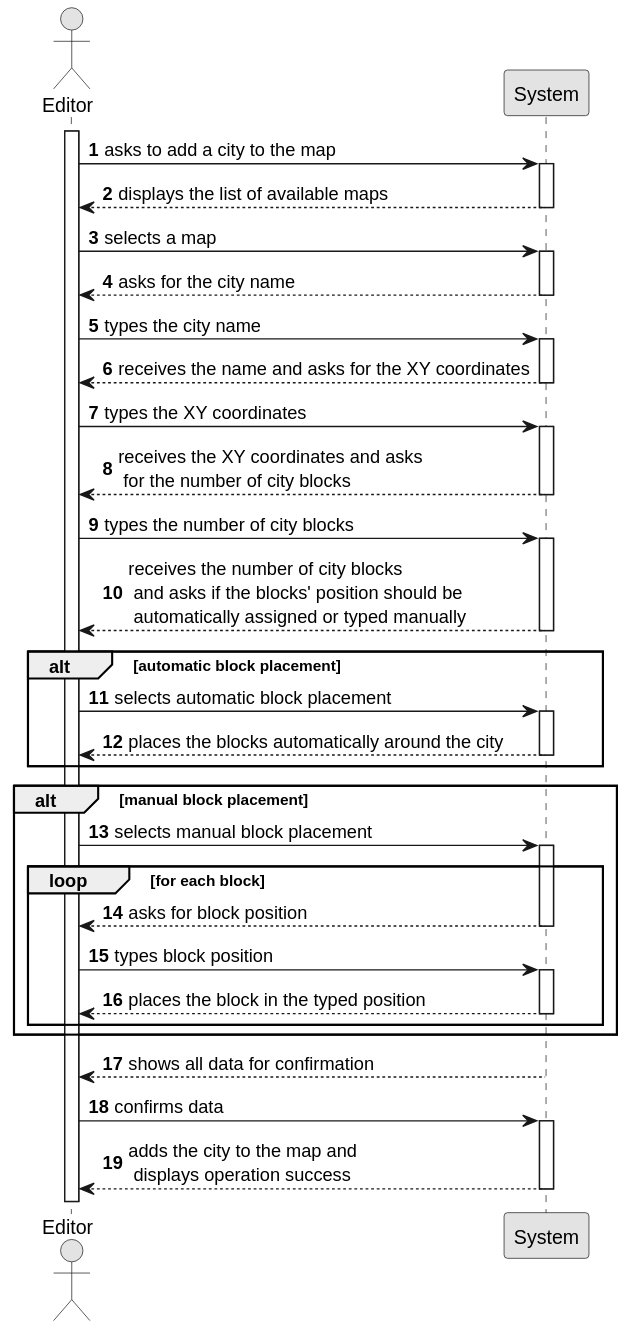
The PlantUML diagram Sprint2/US003/01.requirements-engineering/svg/US003-SSD.svg in 1240935/pi2-railway-simulator, before a commit.
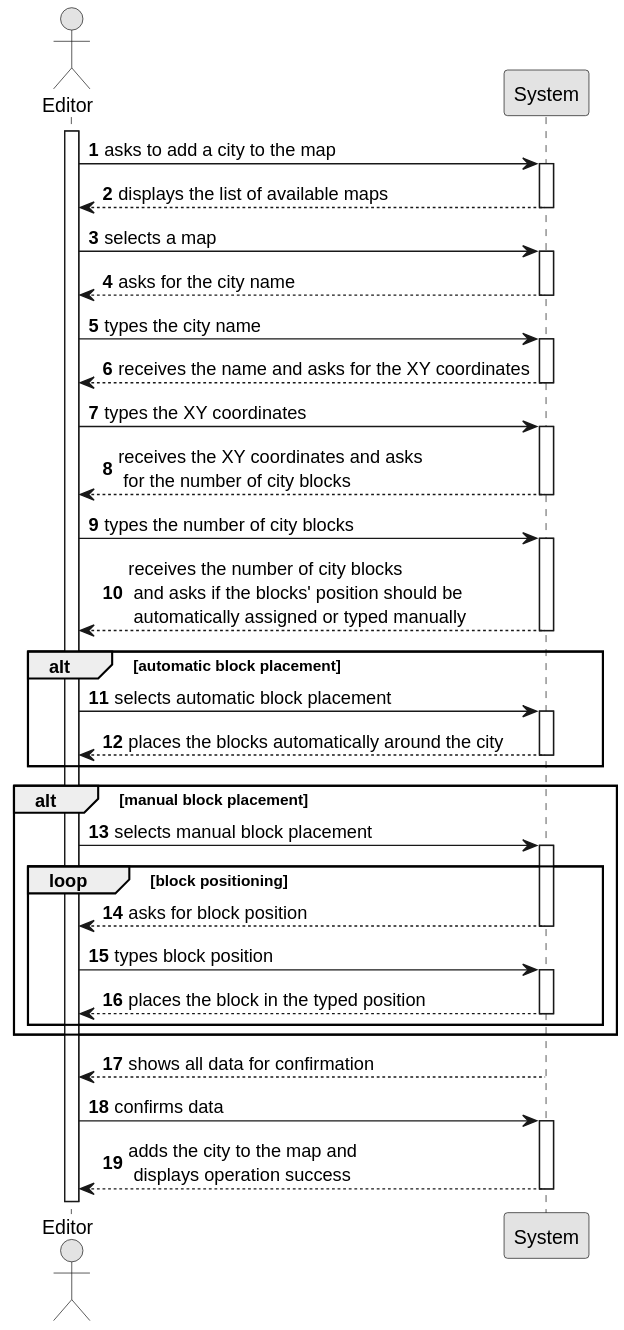
Above is the later version.

Diff of the diagram source:
```diff
@@ -55,7 +55,7 @@
     Employee -> System : selects manual block placement
     activate System
 
-    loop for each block
+    loop block positioning
 
     System --> Employee: asks for block position
     deactivate System
```
